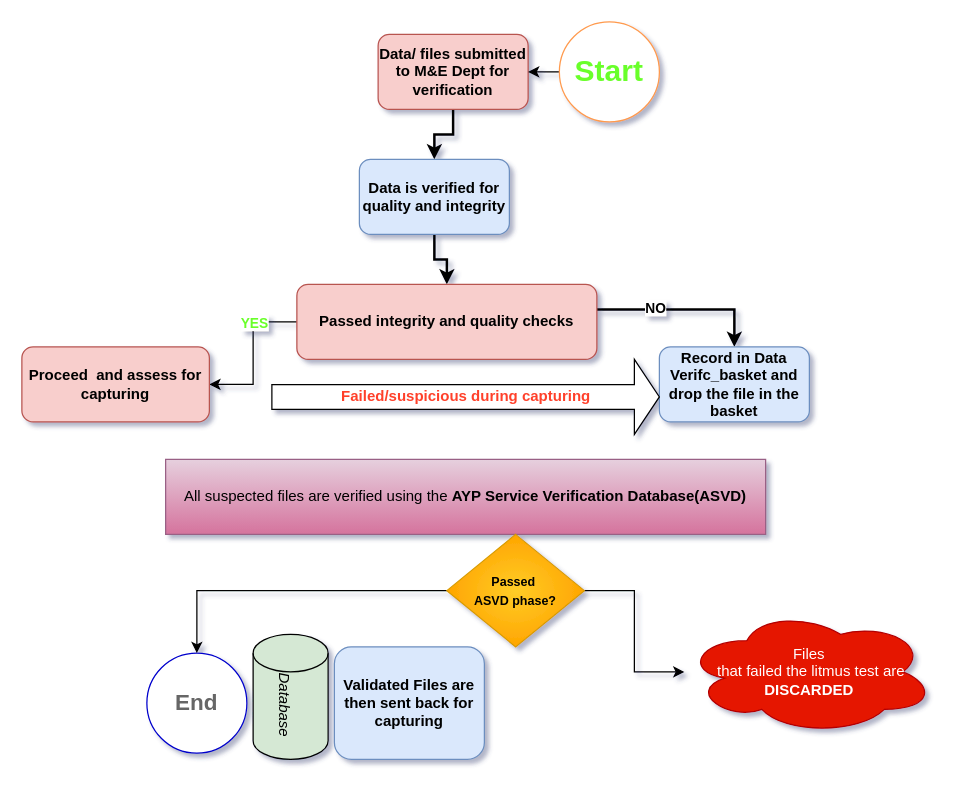
The draw.io diagram page "Layered Data Verification Flow" (4 of 4) of Untitled Diagram.drawio in Poscom2010/charmu, before the edit. Source tidied: cells renumbered, new cells numbered last; positions are measured from the earlier drawing's top-left corner, leaving out a move shared by most shapes. Both pictures are drawn from the tidied source at 125%, with x=0, y=0 at pixel (21, 21).
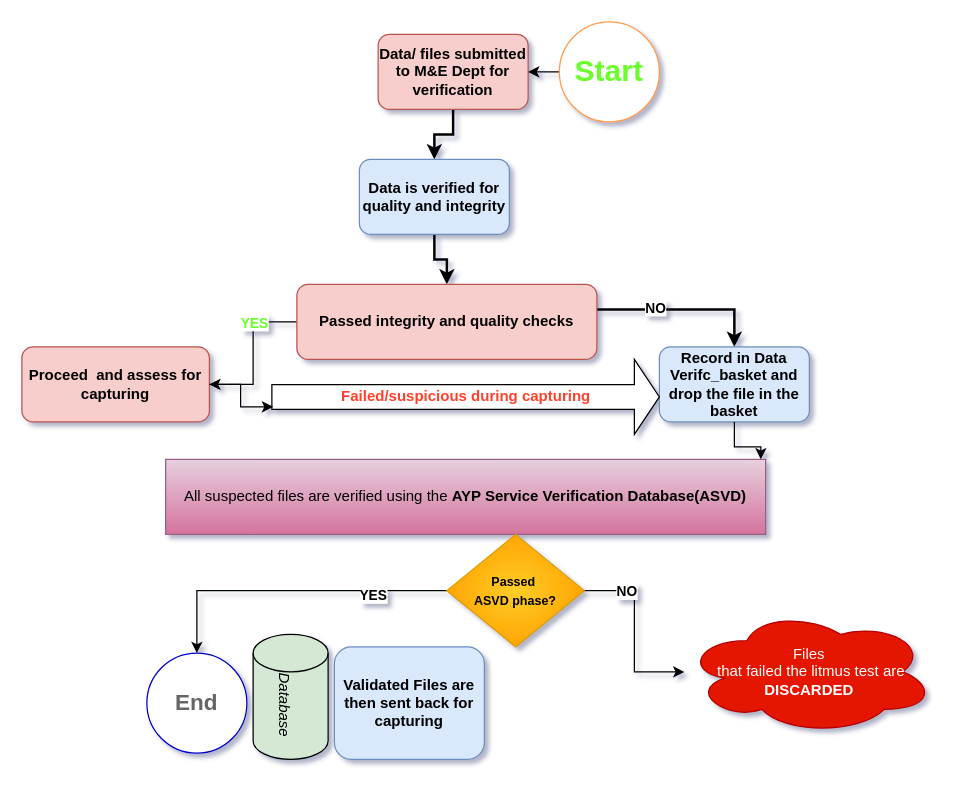
The same page after the edit.

Unchanged cells that the change refers to:
```xml
<mxCell id="11" value="&lt;b&gt;Record in Data Verifc_basket and drop the file in the basket&lt;br&gt;&lt;/b&gt;" style="whiteSpace=wrap;html=1;fillColor=#dae8fc;strokeColor=#6c8ebf;rounded=1;" parent="1" vertex="1">
  <mxGeometry x="510" y="260" width="120" height="60" as="geometry" />
</mxCell>
<mxCell id="18" value="&lt;b&gt;Proceed&amp;nbsp; and assess for capturing&lt;/b&gt;" style="whiteSpace=wrap;html=1;fillColor=#f8cecc;strokeColor=#b85450;rounded=1;rotation=0;" parent="1" vertex="1">
  <mxGeometry y="260" width="150" height="60" as="geometry" />
</mxCell>
<mxCell id="19" value="&lt;b&gt;&lt;font color=&quot;#ff412b&quot;&gt;Failed/suspicious during capturing&lt;/font&gt;&lt;/b&gt;" style="html=1;shadow=0;dashed=0;align=center;verticalAlign=middle;shape=mxgraph.arrows2.arrow;dy=0.67;dx=20;notch=0;" parent="1" vertex="1">
  <mxGeometry x="200" y="270" width="310" height="60" as="geometry" />
</mxCell>
<mxCell id="20" value="All suspected files are verified using the &lt;b&gt;AYP Service Verification Database(ASVD)&lt;/b&gt;" style="rounded=0;whiteSpace=wrap;html=1;fillColor=#e6d0de;strokeColor=#996185;gradientColor=#d5739d;" parent="1" vertex="1">
  <mxGeometry x="115" y="350" width="480" height="60" as="geometry" />
</mxCell>
<mxCell id="22" style="edgeStyle=orthogonalEdgeStyle;rounded=0;jettySize=auto;html=1;" parent="1" edge="1" source="24" target="17">
  <mxGeometry relative="1" as="geometry" />
</mxCell>
<mxCell id="23" style="edgeStyle=orthogonalEdgeStyle;rounded=0;jettySize=auto;html=1;" parent="1" edge="1" source="24" target="21">
  <mxGeometry relative="1" as="geometry" />
</mxCell>
```

What changed in the source:
```diff
@@
+    <mxCell id="25" value="&lt;b&gt;YES&lt;/b&gt;" style="edgeLabel;html=1;align=center;verticalAlign=middle;" parent="22" vertex="1">
+      <mxGeometry x="-0.52" y="3" relative="1" as="geometry" />
+    </mxCell>
@@
+    <mxCell id="26" value="&lt;b&gt;NO&lt;/b&gt;" style="edgeLabel;html=1;align=center;verticalAlign=middle;" parent="23" vertex="1">
+      <mxGeometry x="-0.54" relative="1" as="geometry" />
+    </mxCell>
@@
+    <mxCell id="27" style="edgeStyle=orthogonalEdgeStyle;rounded=0;jettySize=auto;html=1;entryX=0.003;entryY=0.633;entryDx=0;entryDy=0;entryPerimeter=0;" parent="1" edge="1" source="18" target="19">
+      <mxGeometry relative="1" as="geometry" />
+    </mxCell>
+    <mxCell id="28" style="edgeStyle=orthogonalEdgeStyle;rounded=0;jettySize=auto;html=1;entryX=0.992;entryY=0;entryDx=0;entryDy=0;entryPerimeter=0;" parent="1" edge="1" source="11" target="20">
+      <mxGeometry relative="1" as="geometry" />
+    </mxCell>
```
